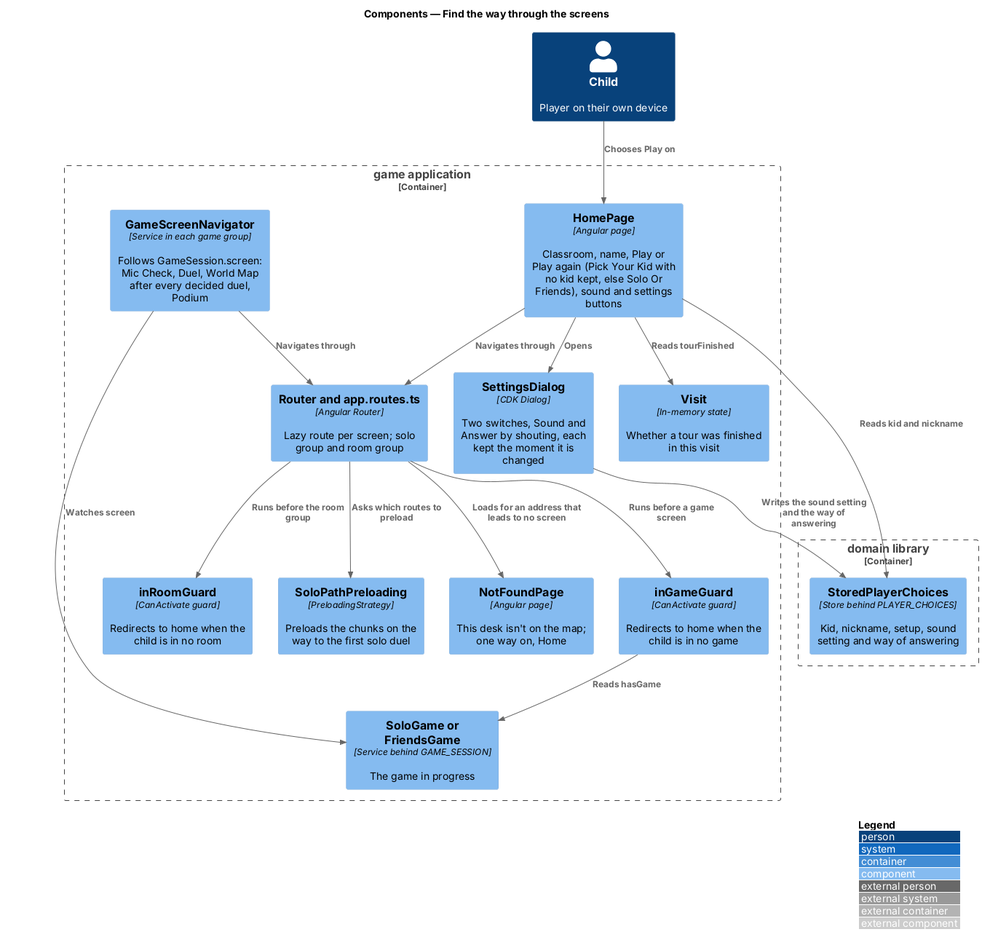
This is docs/detailed-designs/player/find-way-through-screens/diagrams/c4-component.png from QuinntyneBrown/around-the-world, a PlantUML export, as it was before one commit. Its source is kept beside it as docs/detailed-designs/player/find-way-through-screens/diagrams/c4-component.puml.
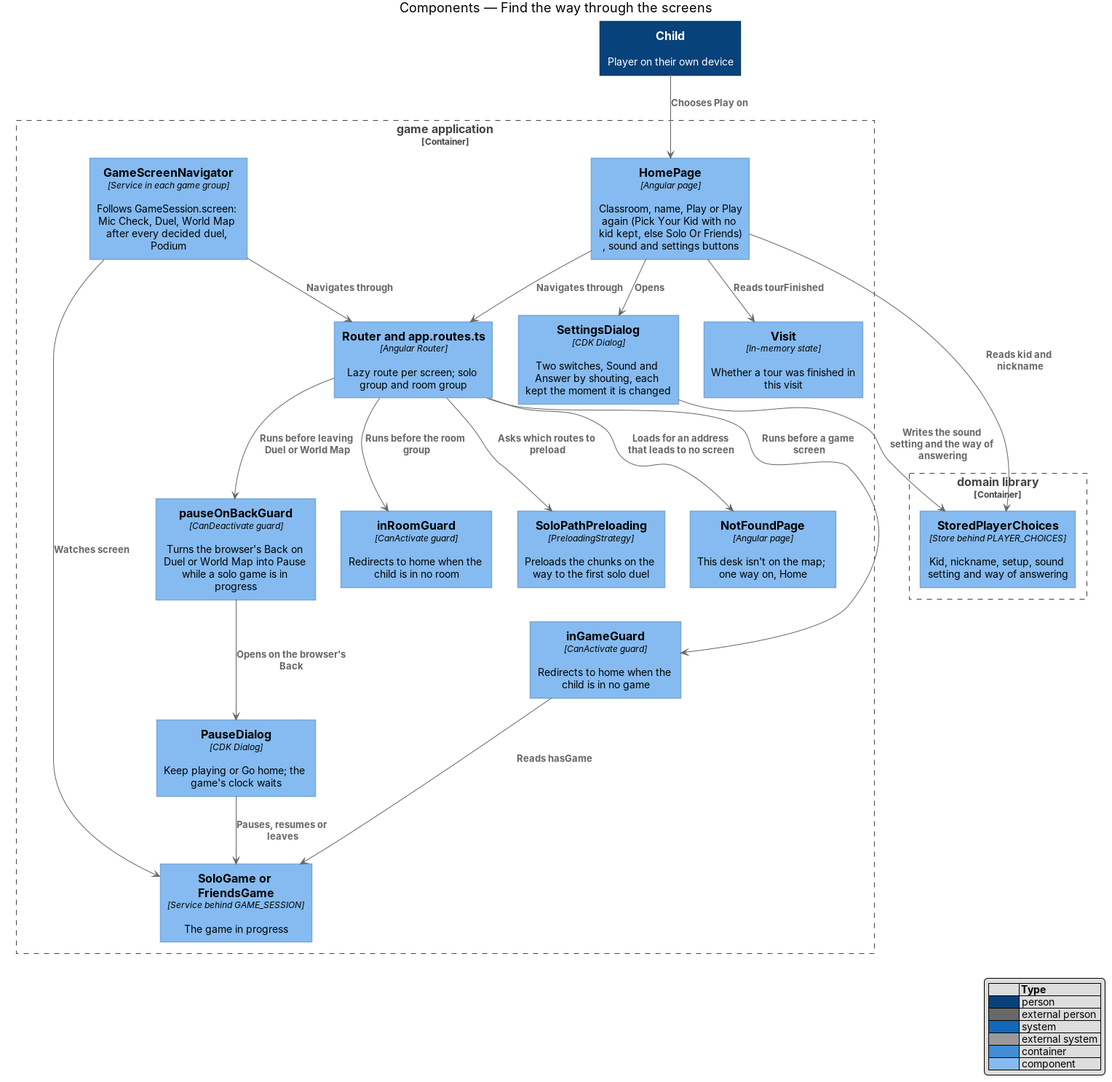
Later version of the same file.

Change to the diagram source:
```diff
@@ -10,6 +10,8 @@
   Component(settings, "SettingsDialog", "CDK Dialog", "Two switches, Sound and Answer by shouting, each kept the moment it is changed")
   Component(notFound, "NotFoundPage", "Angular page", "This desk isn't on the map; one way on, Home")
   Component(gameGuard, "inGameGuard", "CanActivate guard", "Redirects to home when the child is in no game")
+  Component(backGuard, "pauseOnBackGuard", "CanDeactivate guard", "Turns the browser's Back on Duel or World Map into Pause while a solo game is in progress")
+  Component(pause, "PauseDialog", "CDK Dialog", "Keep playing or Go home; the game's clock waits")
   Component(roomGuard, "inRoomGuard", "CanActivate guard", "Redirects to home when the child is in no room")
   Component(nav, "GameScreenNavigator", "Service in each game group", "Follows GameSession.screen: Mic Check, Duel, World Map after every decided duel, Podium")
   Component(preload, "SoloPathPreloading", "PreloadingStrategy", "Preloads the chunks on the way to the first solo duel")
@@ -30,6 +32,9 @@
 Rel(router, roomGuard, "Runs before the room group")
 Rel(router, preload, "Asks which routes to preload")
 Rel(gameGuard, session, "Reads hasGame")
+Rel(router, backGuard, "Runs before leaving Duel or World Map")
+Rel(backGuard, pause, "Opens on the browser's Back")
+Rel(pause, session, "Pauses, resumes or leaves")
 Rel(nav, session, "Watches screen")
 Rel(nav, router, "Navigates through")
 @enduml
```
